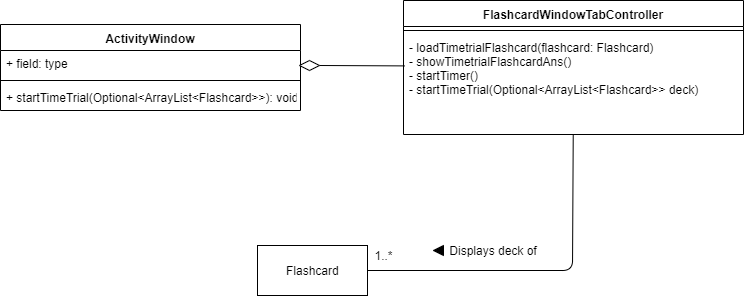
Earlier version of the draw.io export images/jrImages/TimeTrialClassDiagram.png (AY1920S1-CS2103T-W13-3/StudyBuddyPro). Source tidied: cells renumbered, new cells last; positions are measured from the earlier drawing's top-left corner, leaving out a move shared by most shapes.
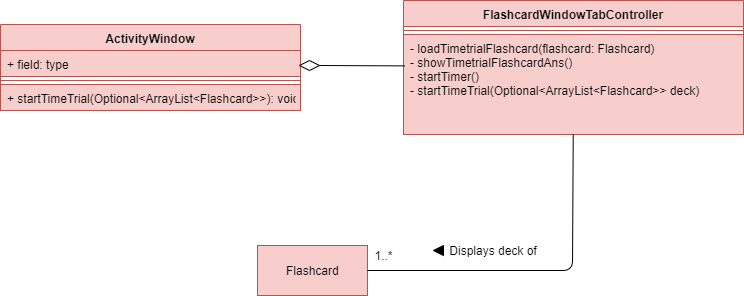
After the change.

Diff of the diagram source:
```diff
@@ -2,28 +2,28 @@
   <root>
     <mxCell id="0" />
     <mxCell id="1" parent="0" />
-    <mxCell id="2" value="FlashcardWindowTabController" style="swimlane;fontStyle=1;align=center;verticalAlign=top;horizontal=1;startSize=26;" parent="1" vertex="1">
+    <mxCell id="2" value="FlashcardWindowTabController" style="swimlane;fontStyle=1;align=center;verticalAlign=top;horizontal=1;startSize=26;fillColor=#f8cecc;strokeColor=#b85450;" parent="1" vertex="1">
       <mxGeometry x="403" width="340" height="134" as="geometry" />
     </mxCell>
-    <mxCell id="3" style="line;strokeWidth=1;fillColor=none;align=left;verticalAlign=middle;spacingTop=-1;spacingLeft=3;spacingRight=3;labelPosition=right;" parent="2" vertex="1">
+    <mxCell id="3" style="line;strokeWidth=1;fillColor=#f8cecc;align=left;verticalAlign=middle;spacingTop=-1;spacingLeft=3;spacingRight=3;labelPosition=right;strokeColor=#b85450;" parent="2" vertex="1">
       <mxGeometry y="26" width="340" height="8" as="geometry" />
     </mxCell>
-    <mxCell id="4" value="- loadTimetrialFlashcard(flashcard: Flashcard)&#10;- showTimetrialFlashcardAns()&#10;- startTimer()&#10;- startTimeTrial(Optional&lt;ArrayList&lt;Flashcard&gt;&gt; deck)" style="text;strokeColor=none;fillColor=none;align=left;verticalAlign=top;spacingLeft=4;spacingRight=4;overflow=hidden;points=[[0,0.5],[1,0.5]];portConstraint=eastwest;" parent="2" vertex="1">
+    <mxCell id="4" value="- loadTimetrialFlashcard(flashcard: Flashcard)&#10;- showTimetrialFlashcardAns()&#10;- startTimer()&#10;- startTimeTrial(Optional&lt;ArrayList&lt;Flashcard&gt;&gt; deck)" style="text;strokeColor=#b85450;fillColor=#f8cecc;align=left;verticalAlign=top;spacingLeft=4;spacingRight=4;overflow=hidden;points=[[0,0.5],[1,0.5]];portConstraint=eastwest;" parent="2" vertex="1">
       <mxGeometry y="34" width="340" height="100" as="geometry" />
     </mxCell>
-    <mxCell id="5" value="ActivityWindow" style="swimlane;fontStyle=1;align=center;verticalAlign=top;horizontal=1;startSize=26;" parent="1" vertex="1">
+    <mxCell id="5" value="ActivityWindow" style="swimlane;fontStyle=1;align=center;verticalAlign=top;horizontal=1;startSize=26;fillColor=#f8cecc;strokeColor=#b85450;" parent="1" vertex="1">
       <mxGeometry y="24" width="300" height="86" as="geometry" />
     </mxCell>
-    <mxCell id="6" value="+ field: type" style="text;strokeColor=none;fillColor=none;align=left;verticalAlign=top;spacingLeft=4;spacingRight=4;overflow=hidden;" parent="5" vertex="1">
+    <mxCell id="6" value="+ field: type" style="text;strokeColor=#b85450;fillColor=#f8cecc;align=left;verticalAlign=top;spacingLeft=4;spacingRight=4;overflow=hidden;" parent="5" vertex="1">
       <mxGeometry y="26" width="300" height="26" as="geometry" />
     </mxCell>
-    <mxCell id="7" style="line;strokeWidth=1;fillColor=none;align=left;verticalAlign=middle;spacingTop=-1;spacingLeft=3;spacingRight=3;labelPosition=right;" parent="5" vertex="1">
+    <mxCell id="7" style="line;strokeWidth=1;fillColor=#f8cecc;align=left;verticalAlign=middle;spacingTop=-1;spacingLeft=3;spacingRight=3;labelPosition=right;strokeColor=#b85450;" parent="5" vertex="1">
       <mxGeometry y="52" width="300" height="8" as="geometry" />
     </mxCell>
-    <mxCell id="8" value="+ startTimeTrial(Optional&lt;ArrayList&lt;Flashcard&gt;&gt;): void" style="text;strokeColor=none;fillColor=none;align=left;verticalAlign=top;spacingLeft=4;spacingRight=4;overflow=hidden;" parent="5" vertex="1">
+    <mxCell id="8" value="+ startTimeTrial(Optional&lt;ArrayList&lt;Flashcard&gt;&gt;): void" style="text;strokeColor=#b85450;fillColor=#f8cecc;align=left;verticalAlign=top;spacingLeft=4;spacingRight=4;overflow=hidden;" parent="5" vertex="1">
       <mxGeometry y="60" width="300" height="26" as="geometry" />
     </mxCell>
-    <mxCell id="9" value="Flashcard" style="html=1;" parent="1" vertex="1">
+    <mxCell id="9" value="Flashcard" style="html=1;fillColor=#f8cecc;strokeColor=#b85450;" parent="1" vertex="1">
       <mxGeometry x="257" y="245" width="110" height="50" as="geometry" />
     </mxCell>
     <mxCell id="10" style="rhombus;whiteSpace=wrap;html=1;" parent="1" vertex="1">
```
